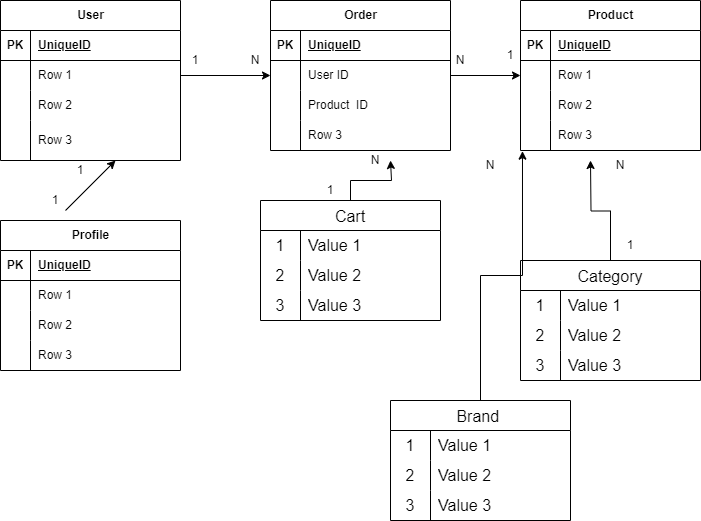
OksanaHrytsenko/shop keeps this draw.io diagram as docs/db_schema.drawio.png. Above is the earlier version. Source tidied: cells renumbered, new cells last; positions are measured from the earlier drawing's top-left corner, leaving out a move shared by most shapes.
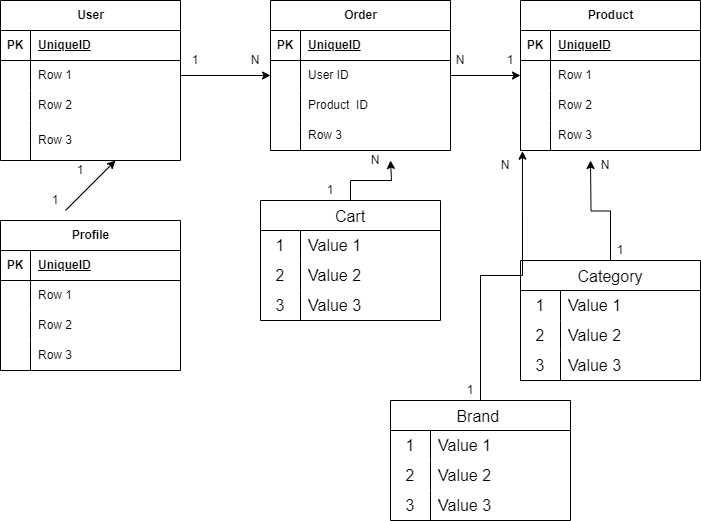
The same file after the commit.

Change to the diagram source:
```diff
@@ -189,7 +189,7 @@
       <mxGeometry x="450" y="45" width="20" height="30" as="geometry" />
     </mxCell>
     <mxCell id="64" value="1" style="text;html=1;strokeColor=none;fillColor=none;align=center;verticalAlign=middle;whiteSpace=wrap;rounded=0;" parent="1" vertex="1">
-      <mxGeometry x="500" y="40" width="20" height="30" as="geometry" />
+      <mxGeometry x="500" y="50" width="20" height="20" as="geometry" />
     </mxCell>
     <mxCell id="65" style="endArrow=classic;html=1;rounded=0;" parent="1" edge="1">
       <mxGeometry relative="1" as="geometry">
@@ -239,10 +239,10 @@
       <mxGeometry x="40" width="140" height="30" as="geometry" />
     </mxCell>
     <mxCell id="79" value="1" style="text;html=1;strokeColor=none;fillColor=none;align=center;verticalAlign=middle;whiteSpace=wrap;rounded=0;" parent="1" vertex="1">
-      <mxGeometry x="610" y="230" width="40" height="30" as="geometry" />
+      <mxGeometry x="610" y="240" width="20" height="20" as="geometry" />
     </mxCell>
     <mxCell id="80" value="N" style="text;html=1;strokeColor=none;fillColor=none;align=center;verticalAlign=middle;whiteSpace=wrap;rounded=0;" parent="1" vertex="1">
-      <mxGeometry x="590" y="150" width="60" height="30" as="geometry" />
+      <mxGeometry x="590" y="150" width="30" height="30" as="geometry" />
     </mxCell>
     <mxCell id="81" value="Brand " style="shape=table;startSize=30;rowLines=0;fontStyle=0;strokeColor=default;fontSize=16;" parent="1" vertex="1">
       <mxGeometry x="390" y="400" width="180" height="120" as="geometry" />
@@ -286,7 +286,7 @@
       <mxGeometry x="290" y="210" width="40" height="30" as="geometry" />
     </mxCell>
     <mxCell id="93" value="N" style="text;html=1;strokeColor=none;fillColor=none;align=center;verticalAlign=middle;whiteSpace=wrap;rounded=0;" parent="1" vertex="1">
-      <mxGeometry x="460" y="150" width="60" height="30" as="geometry" />
+      <mxGeometry x="490" y="150" width="30" height="30" as="geometry" />
     </mxCell>
     <mxCell id="94" style="edgeStyle=orthogonalEdgeStyle;rounded=0;jettySize=auto;html=1;" parent="1" edge="1" source="95">
       <mxGeometry relative="1" as="geometry">
@@ -333,5 +333,8 @@
     <mxCell id="106" value="N" style="text;html=1;strokeColor=none;fillColor=none;align=center;verticalAlign=middle;whiteSpace=wrap;rounded=0;" parent="1" vertex="1">
       <mxGeometry x="360" y="150" width="30" height="20" as="geometry" />
     </mxCell>
+    <mxCell id="107" value="1" style="text;html=1;strokeColor=none;fillColor=none;align=center;verticalAlign=middle;whiteSpace=wrap;rounded=0;" parent="1" vertex="1">
+      <mxGeometry x="460" y="380" width="20" height="20" as="geometry" />
+    </mxCell>
   </root>
 </mxGraphModel>
```
